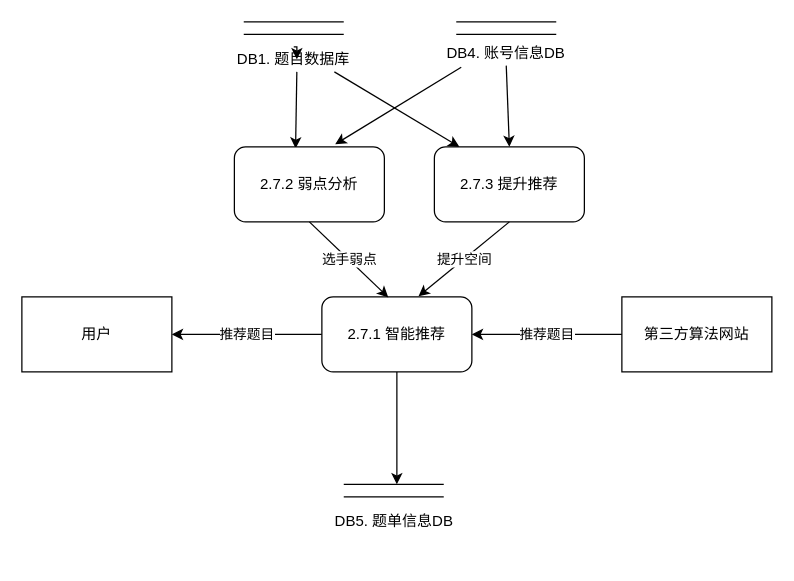
Above: 分析文档/2.7题目推荐.drawio in 12MegaA21/CodeCode (draw.io), before the change. Source tidied: cells renumbered, new cells numbered last; positions are measured from the earlier drawing's top-left corner, leaving out a move shared by most shapes. Both pictures are drawn from the tidied source at 125%, with x=0, y=0 at pixel (21, 21).
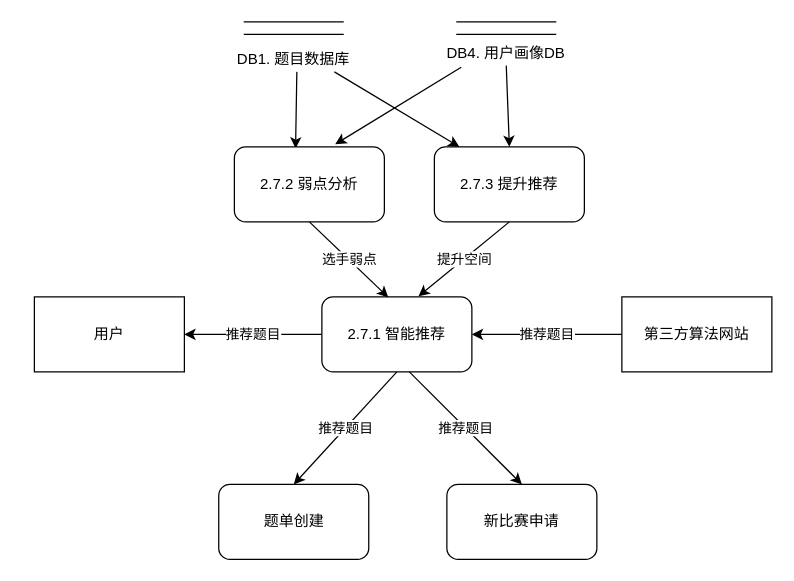
Above is the later version.

Commit message:
更新2.7题目推荐.drawio

The change refers to these unchanged cells:
```xml
<mxCell id="4" value="2.7.1 智能推荐" style="rounded=1;whiteSpace=wrap;html=1;" parent="1" vertex="1">
  <mxGeometry x="240" y="220" width="120" height="60" as="geometry" />
</mxCell>
<mxCell id="9" value="DB1. 题目数据库" style="text;html=1;strokeColor=none;fillColor=none;align=center;verticalAlign=middle;whiteSpace=wrap;rounded=0;" parent="5" vertex="1">
  <mxGeometry y="20" width="95" height="20" as="geometry" />
</mxCell>
<mxCell id="11" style="group;" parent="10" vertex="1">
  <mxGeometry x="-5" width="105" height="35" as="geometry" />
</mxCell>
```

The edit, as a diff of the source:
```diff
@@
     <mxCell id="2" value="用户" style="rounded=0;whiteSpace=wrap;html=1;" parent="1" vertex="1">
-      <mxGeometry y="220" width="120" height="60" as="geometry" />
+      <mxGeometry x="10" y="220" width="120" height="60" as="geometry" />
     </mxCell>
@@
-    <mxCell id="15" value="DB4. 账号信息DB" style="text;html=1;strokeColor=none;fillColor=none;align=center;verticalAlign=middle;whiteSpace=wrap;rounded=0;" parent="11" vertex="1">
+    <mxCell id="15" value="DB4. 用户画像DB" style="text;html=1;strokeColor=none;fillColor=none;align=center;verticalAlign=middle;whiteSpace=wrap;rounded=0;" parent="11" vertex="1">
       <mxGeometry y="15" width="105" height="20" as="geometry" />
     </mxCell>
@@
-    <mxCell id="18" style="group;" parent="1" vertex="1">
-      <mxGeometry x="250" y="370" width="110" height="40" as="geometry" />
-    </mxCell>
-    <mxCell id="19" style="group;" parent="18" vertex="1">
-      <mxGeometry x="7.5" width="80" height="10" as="geometry" />
-    </mxCell>
-    <mxCell id="20" style="endArrow=none;html=1;rounded=0;" parent="19" edge="1">
-      <mxGeometry relative="1" as="geometry">
-        <mxPoint as="sourcePoint" />
-        <mxPoint x="80" as="targetPoint" />
-      </mxGeometry>
-    </mxCell>
-    <mxCell id="21" style="endArrow=none;html=1;rounded=0;" parent="19" edge="1">
-      <mxGeometry relative="1" as="geometry">
-        <mxPoint y="10" as="sourcePoint" />
-        <mxPoint x="80" y="10" as="targetPoint" />
-      </mxGeometry>
-    </mxCell>
-    <mxCell id="22" value="DB5. 题单信息DB" style="text;html=1;strokeColor=none;fillColor=none;align=center;verticalAlign=middle;whiteSpace=wrap;rounded=0;" parent="18" vertex="1">
-      <mxGeometry x="-7.5" y="20" width="110" height="20" as="geometry" />
-    </mxCell>
@@
-    <mxCell id="25" style="endArrow=classic;html=1;rounded=0;exitX=0.5;exitY=1;exitDx=0;exitDy=0;" parent="1" edge="1" source="4">
-      <mxGeometry relative="1" as="geometry">
-        <mxPoint x="300" y="370" as="targetPoint" />
-      </mxGeometry>
+    <mxCell id="25" value="推荐题目" style="endArrow=classic;html=1;rounded=0;exitX=0.5;exitY=1;exitDx=0;exitDy=0;entryX=0.5;entryY=0;entryDx=0;entryDy=0;" parent="1" edge="1" source="4" target="33">
+      <mxGeometry relative="1" as="geometry" />
     </mxCell>
@@
-    <mxCell id="28" style="edgeStyle=orthogonalEdgeStyle;rounded=0;jettySize=auto;html=1;exitX=0.5;exitY=0;exitDx=0;exitDy=0;" parent="1" edge="1" source="9">
-      <mxGeometry relative="1" as="geometry">
-        <mxPoint x="220" y="30" as="targetPoint" />
-      </mxGeometry>
-    </mxCell>
@@
+    <mxCell id="33" value="题单创建" style="rounded=1;whiteSpace=wrap;html=1;" parent="1" vertex="1">
+      <mxGeometry x="157.5" y="370" width="120" height="60" as="geometry" />
+    </mxCell>
+    <mxCell id="34" value="新比赛申请" style="rounded=1;whiteSpace=wrap;html=1;" parent="1" vertex="1">
+      <mxGeometry x="340" y="370" width="120" height="60" as="geometry" />
+    </mxCell>
+    <mxCell id="35" value="推荐题目" style="endArrow=classic;html=1;rounded=0;entryX=0.5;entryY=0;entryDx=0;entryDy=0;" parent="1" edge="1" target="34">
+      <mxGeometry relative="1" as="geometry">
+        <mxPoint x="310" y="280" as="sourcePoint" />
+      </mxGeometry>
+    </mxCell>
```
